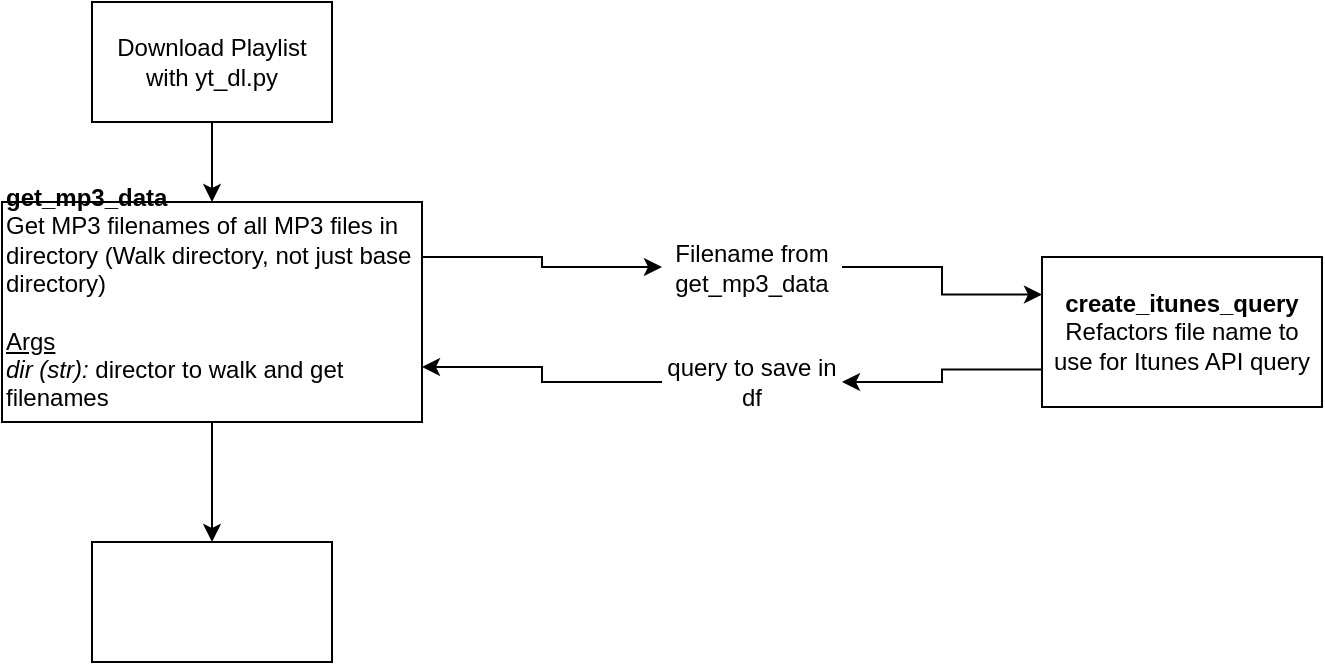
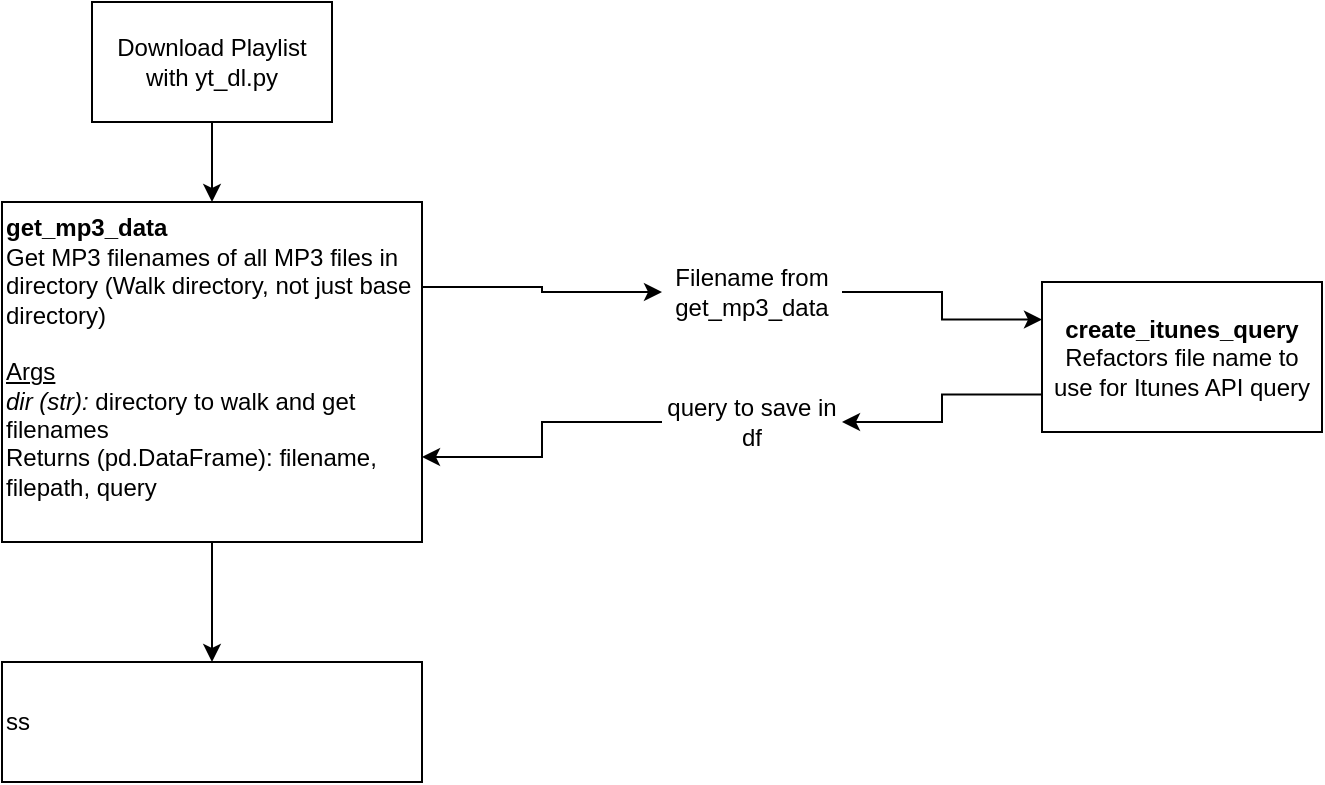
<mxfile host="app.diagrams.net">
  <diagram name="Page-1" id="5LUUpCfEgT1vj_qhK8TH">
-     <mxGraphModel dx="542" dy="1167" grid="1" gridSize="10" guides="1" tooltips="1" connect="1" arrows="1" fold="1" page="1" pageScale="1" pageWidth="850" pageHeight="1100" math="0" shadow="0">
+     <mxGraphModel dx="717" dy="834" grid="1" gridSize="10" guides="1" tooltips="1" connect="1" arrows="1" fold="1" page="1" pageScale="1" pageWidth="850" pageHeight="1100" math="0" shadow="0">
      <root>
        <mxCell id="0" />
        <mxCell id="1" parent="0" />
        <mxCell id="Q11emu35SjgTzYGHHLy8-4" edge="1" parent="1" source="Q11emu35SjgTzYGHHLy8-1" style="edgeStyle=orthogonalEdgeStyle;rounded=0;orthogonalLoop=1;jettySize=auto;html=1;exitX=0.5;exitY=1;exitDx=0;exitDy=0;entryX=0.5;entryY=0;entryDx=0;entryDy=0;" target="Q11emu35SjgTzYGHHLy8-3">
          <mxGeometry relative="1" as="geometry" />
        </mxCell>
        <mxCell id="Q11emu35SjgTzYGHHLy8-1" parent="1" style="rounded=0;whiteSpace=wrap;html=1;" value="Download Playlist with yt_dl.py" vertex="1">
          <mxGeometry height="60" width="120" x="305" y="20" as="geometry" />
        </mxCell>
        <mxCell id="Q11emu35SjgTzYGHHLy8-6" edge="1" parent="1" source="Q11emu35SjgTzYGHHLy8-3" style="edgeStyle=orthogonalEdgeStyle;rounded=0;orthogonalLoop=1;jettySize=auto;html=1;exitX=0.5;exitY=1;exitDx=0;exitDy=0;entryX=0.5;entryY=0;entryDx=0;entryDy=0;" target="Q11emu35SjgTzYGHHLy8-5">
          <mxGeometry relative="1" as="geometry" />
        </mxCell>
        <mxCell id="Q11emu35SjgTzYGHHLy8-19" edge="1" parent="1" source="Q11emu35SjgTzYGHHLy8-3" style="edgeStyle=orthogonalEdgeStyle;rounded=0;orthogonalLoop=1;jettySize=auto;html=1;exitX=1;exitY=0.25;exitDx=0;exitDy=0;entryX=0;entryY=0.5;entryDx=0;entryDy=0;" target="Q11emu35SjgTzYGHHLy8-11">
          <mxGeometry relative="1" as="geometry" />
        </mxCell>
-         <mxCell id="Q11emu35SjgTzYGHHLy8-3" parent="1" style="rounded=0;whiteSpace=wrap;html=1;align=left;" value="&lt;div align=&quot;left&quot;&gt;&lt;b&gt;get_mp3_data&lt;/b&gt;&lt;/div&gt;&lt;div align=&quot;left&quot;&gt;Get MP3 filenames of all MP3 files in directory (Walk directory, not just base directory)&lt;/div&gt;&lt;div align=&quot;left&quot;&gt;&lt;br&gt;&lt;/div&gt;&lt;div align=&quot;left&quot;&gt;&lt;u&gt;Args&lt;/u&gt;&lt;/div&gt;&lt;div align=&quot;left&quot;&gt;&lt;i&gt;dir (str): &lt;/i&gt;director to walk and get filenames&lt;/div&gt;&lt;div align=&quot;left&quot;&gt;&lt;br&gt;&lt;/div&gt;" vertex="1">
-           <mxGeometry height="110" width="210" x="260" y="120" as="geometry" />
+         <mxCell id="Q11emu35SjgTzYGHHLy8-3" parent="1" style="rounded=0;whiteSpace=wrap;html=1;align=left;" value="&lt;div align=&quot;left&quot;&gt;&lt;b&gt;get_mp3_data&lt;/b&gt;&lt;/div&gt;&lt;div align=&quot;left&quot;&gt;Get MP3 filenames of all MP3 files in directory (Walk directory, not just base directory)&lt;/div&gt;&lt;div align=&quot;left&quot;&gt;&lt;br&gt;&lt;/div&gt;&lt;div align=&quot;left&quot;&gt;&lt;u&gt;Args&lt;/u&gt;&lt;/div&gt;&lt;div align=&quot;left&quot;&gt;&lt;i&gt;dir (str): &lt;/i&gt;directory to walk and get filenames&lt;/div&gt;&lt;div align=&quot;left&quot;&gt;Returns (pd.DataFrame): filename, filepath, query&lt;/div&gt;&lt;div align=&quot;left&quot;&gt;&lt;br&gt;&lt;/div&gt;" vertex="1">
+           <mxGeometry height="170" width="210" x="260" y="120" as="geometry" />
        </mxCell>
-         <mxCell id="Q11emu35SjgTzYGHHLy8-5" parent="1" style="rounded=0;whiteSpace=wrap;html=1;" value="" vertex="1">
-           <mxGeometry height="60" width="120" x="305" y="290" as="geometry" />
+         <mxCell id="Q11emu35SjgTzYGHHLy8-5" parent="1" style="rounded=0;whiteSpace=wrap;html=1;align=left;" value="&lt;div align=&quot;left&quot;&gt;ss&lt;/div&gt;" vertex="1">
+           <mxGeometry height="60" width="210" x="260" y="350" as="geometry" />
        </mxCell>
        <mxCell id="Q11emu35SjgTzYGHHLy8-23" edge="1" parent="1" source="Q11emu35SjgTzYGHHLy8-7" style="edgeStyle=orthogonalEdgeStyle;rounded=0;orthogonalLoop=1;jettySize=auto;html=1;exitX=0;exitY=0.75;exitDx=0;exitDy=0;entryX=1;entryY=0.5;entryDx=0;entryDy=0;" target="Q11emu35SjgTzYGHHLy8-18">
          <mxGeometry relative="1" as="geometry" />
        </mxCell>
        <mxCell id="Q11emu35SjgTzYGHHLy8-7" parent="1" style="rounded=0;whiteSpace=wrap;html=1;" value="&lt;div&gt;&lt;b&gt;create_itunes_query&lt;/b&gt;&lt;/div&gt;&lt;div&gt;Refactors file name to use for Itunes API query&lt;/div&gt;" vertex="1">
-           <mxGeometry height="75" width="140" x="780" y="147.5" as="geometry" />
+           <mxGeometry height="75" width="140" x="780" y="160" as="geometry" />
        </mxCell>
        <mxCell id="Q11emu35SjgTzYGHHLy8-13" edge="1" parent="1" source="Q11emu35SjgTzYGHHLy8-11" style="edgeStyle=orthogonalEdgeStyle;rounded=0;orthogonalLoop=1;jettySize=auto;html=1;entryX=0;entryY=0.25;entryDx=0;entryDy=0;" target="Q11emu35SjgTzYGHHLy8-7">
          <mxGeometry relative="1" as="geometry" />
        </mxCell>
        <mxCell id="Q11emu35SjgTzYGHHLy8-11" parent="1" style="text;html=1;whiteSpace=wrap;strokeColor=none;fillColor=none;align=center;verticalAlign=middle;rounded=0;" value="Filename from get_mp3_data" vertex="1">
-           <mxGeometry height="10" width="90" x="590" y="147.5" as="geometry" />
+           <mxGeometry height="10" width="90" x="590" y="160" as="geometry" />
        </mxCell>
        <mxCell id="Q11emu35SjgTzYGHHLy8-17" edge="1" parent="1" source="Q11emu35SjgTzYGHHLy8-18" style="edgeStyle=orthogonalEdgeStyle;rounded=0;orthogonalLoop=1;jettySize=auto;html=1;entryX=1;entryY=0.75;entryDx=0;entryDy=0;" target="Q11emu35SjgTzYGHHLy8-3">
          <mxGeometry relative="1" as="geometry">
            <mxPoint x="640" y="325.5" as="targetPoint" />
          </mxGeometry>
        </mxCell>
        <mxCell id="Q11emu35SjgTzYGHHLy8-18" parent="1" style="text;html=1;whiteSpace=wrap;strokeColor=none;fillColor=none;align=center;verticalAlign=middle;rounded=0;" value="query to save in df" vertex="1">
-           <mxGeometry height="40" width="90" x="590" y="190" as="geometry" />
+           <mxGeometry height="40" width="90" x="590" y="210" as="geometry" />
        </mxCell>
      </root>
    </mxGraphModel>
  </diagram>
</mxfile>
